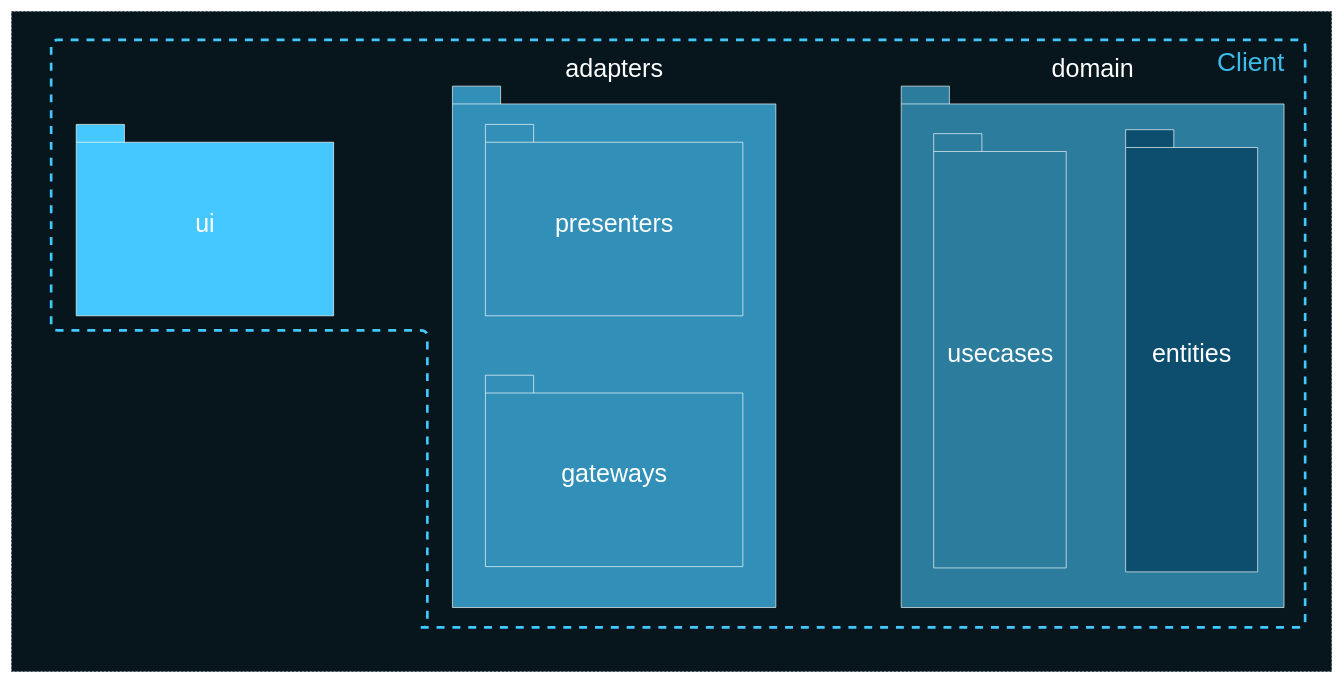
AlexanderLapygin/ca-react-rest-api-starter keeps this draw.io diagram as deck/ru/diagrams/packagesClient.drawio. Above is the earlier version. Source tidied: cells renumbered, new cells numbered last; positions are measured from the earlier drawing's top-left corner, leaving out a move shared by most shapes. Both pictures are drawn from the tidied source at 66%, with x=0, y=0 at pixel (11, 11).
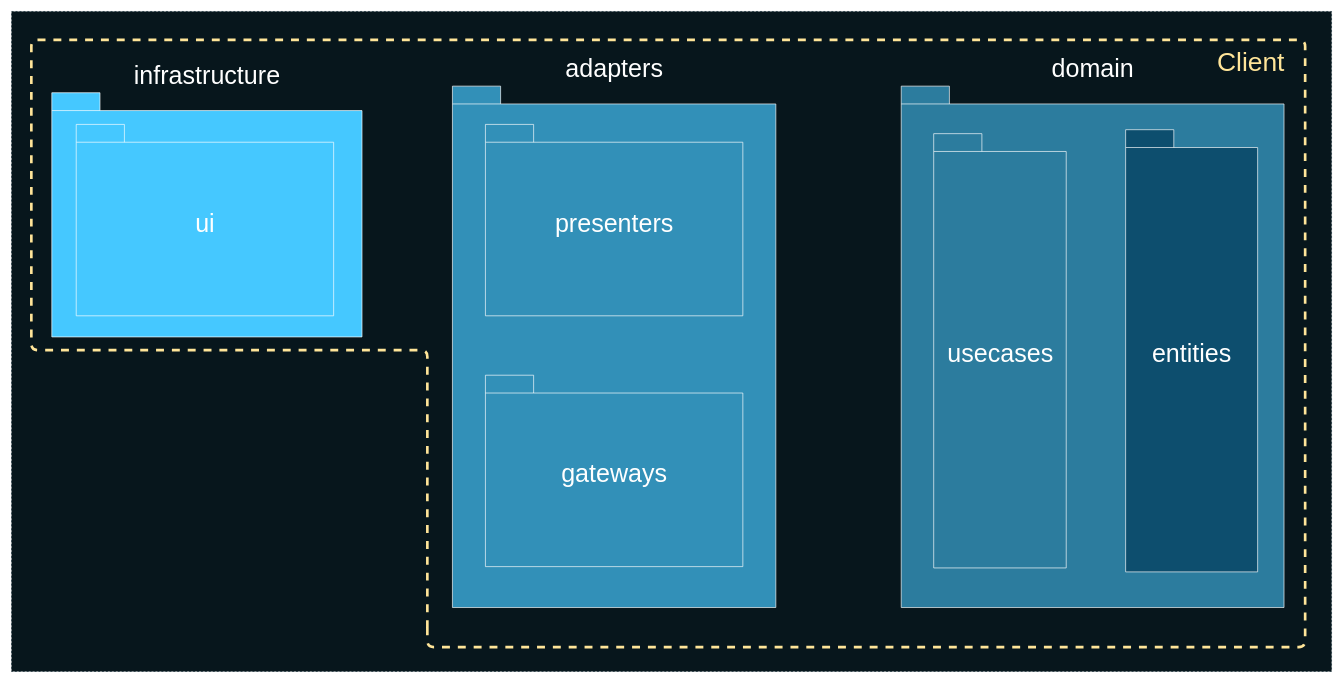
After the change.

The change refers to these unchanged cells:
```xml
<mxCell id="13" style="group;" parent="12" vertex="1">
  <mxGeometry x="10" width="1924" height="890" as="geometry" />
</mxCell>
```

Change to the diagram source:
```diff
@@
+    <mxCell id="16" value="&lt;font color=&quot;#ffffff&quot; style=&quot;font-size: 38px&quot;&gt;infrastructure&lt;/font&gt;" style="shape=folder;fontStyle=0;spacingTop=10;tabWidth=73;tabHeight=27;tabPosition=left;html=1;strokeColor=#FFFFFF;fillColor=#45C8FF;labelPosition=center;verticalLabelPosition=top;align=center;verticalAlign=bottom;" parent="1" vertex="1">
+      <mxGeometry x="61" y="123" width="470" height="370" as="geometry" />
+    </mxCell>
@@
+    <mxCell id="15" value="&lt;font color=&quot;#ffe599&quot;&gt;Client&lt;/font&gt;" style="text;html=1;strokeColor=none;fillColor=none;align=center;verticalAlign=middle;whiteSpace=wrap;rounded=0;fontColor=#3CBBED;fontSize=40;" parent="13" vertex="1">
+      <mxGeometry x="1712" y="3" width="212" height="60" as="geometry" />
+    </mxCell>
-    <mxCell id="14" style="edgeStyle=segmentEdgeStyle;endArrow=none;html=1;strokeColor=#41C9FF;strokeWidth=4;endFill=0;dashed=1;" parent="13" edge="1">
+    <mxCell id="14" style="edgeStyle=segmentEdgeStyle;endArrow=none;html=1;strokeColor=#FFE599;strokeWidth=4;endFill=0;dashed=1;" parent="13" edge="1">
       <mxGeometry relative="1" as="geometry">
-        <mxPoint x="560" y="890" as="sourcePoint" />
-        <mxPoint x="560" y="890" as="targetPoint" />
+        <mxPoint x="570" y="890" as="sourcePoint" />
+        <mxPoint x="570" y="890" as="targetPoint" />
         <Array as="points">
-          <mxPoint x="1900" y="890" />
+          <mxPoint x="570" y="920" />
+          <mxPoint x="1900" y="920" />
           <mxPoint x="1900" />
-          <mxPoint />
-          <mxPoint y="440" />
-          <mxPoint x="570" y="440" />
-          <mxPoint x="570" y="890" />
+          <mxPoint x="-30" />
+          <mxPoint x="-30" y="470" />
+          <mxPoint x="570" y="470" />
         </Array>
       </mxGeometry>
     </mxCell>
-    <mxCell id="15" value="Client" style="text;html=1;strokeColor=none;fillColor=none;align=center;verticalAlign=middle;whiteSpace=wrap;rounded=0;fontColor=#3CBBED;fontSize=40;" parent="13" vertex="1">
-      <mxGeometry x="1712" y="3" width="212" height="60" as="geometry" />
-    </mxCell>
```
